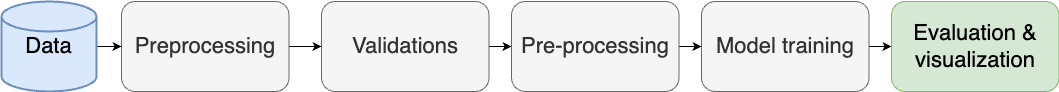
This is figures/data_pipeline.png from javiermtzo99/diabetes_analysis_presentation, a draw.io export, as it was before one commit. Source tidied: cells renumbered, new cells last; positions are measured from the earlier drawing's top-left corner, leaving out a move shared by most shapes. The source it was exported from:
```xml
<mxGraphModel>
  <root>
    <mxCell id="0" />
    <mxCell id="1" parent="0" />
    <mxCell id="2" style="edgeStyle=orthogonalEdgeStyle;rounded=0;jettySize=auto;html=1;exitX=1;exitY=0.5;exitDx=0;exitDy=0;entryX=0;entryY=0.5;entryDx=0;entryDy=0;" parent="1" edge="1" source="3" target="7">
      <mxGeometry relative="1" as="geometry" />
    </mxCell>
    <mxCell id="3" value="&lt;font style=&quot;font-size: 22px;&quot;&gt;Preprocessing&lt;/font&gt;" style="rounded=1;whiteSpace=wrap;html=1;fillColor=#f5f5f5;strokeColor=#666666;fontColor=#333333;" parent="1" vertex="1">
      <mxGeometry x="120" width="167.5" height="90" as="geometry" />
    </mxCell>
    <mxCell id="4" style="edgeStyle=orthogonalEdgeStyle;rounded=0;jettySize=auto;html=1;exitX=1;exitY=0.5;exitDx=0;exitDy=0;exitPerimeter=0;entryX=0;entryY=0.5;entryDx=0;entryDy=0;" parent="1" edge="1" source="5" target="3">
      <mxGeometry relative="1" as="geometry" />
    </mxCell>
    <mxCell id="5" value="&lt;font style=&quot;font-size: 22px;&quot;&gt;Data&lt;/font&gt;" style="strokeWidth=2;html=1;shape=mxgraph.flowchart.database;whiteSpace=wrap;fillColor=#dae8fc;strokeColor=#6c8ebf;" parent="1" vertex="1">
      <mxGeometry width="95" height="90" as="geometry" />
    </mxCell>
    <mxCell id="6" style="edgeStyle=orthogonalEdgeStyle;rounded=0;jettySize=auto;html=1;exitX=1;exitY=0.5;exitDx=0;exitDy=0;entryX=0;entryY=0.5;entryDx=0;entryDy=0;" parent="1" edge="1" source="7" target="9">
      <mxGeometry relative="1" as="geometry" />
    </mxCell>
    <mxCell id="7" value="&lt;font style=&quot;font-size: 22px;&quot;&gt;Validations&lt;/font&gt;" style="rounded=1;whiteSpace=wrap;html=1;fillColor=#f5f5f5;strokeColor=#666666;fontColor=#333333;" parent="1" vertex="1">
      <mxGeometry x="320" width="167.5" height="90" as="geometry" />
    </mxCell>
    <mxCell id="8" style="edgeStyle=orthogonalEdgeStyle;rounded=0;jettySize=auto;html=1;exitX=1;exitY=0.5;exitDx=0;exitDy=0;entryX=0;entryY=0.5;entryDx=0;entryDy=0;" parent="1" edge="1" source="9" target="11">
      <mxGeometry relative="1" as="geometry" />
    </mxCell>
    <mxCell id="9" value="&lt;font style=&quot;font-size: 22px;&quot;&gt;Pre-processing&lt;/font&gt;" style="rounded=1;whiteSpace=wrap;html=1;fillColor=#f5f5f5;strokeColor=#666666;fontColor=#333333;" parent="1" vertex="1">
      <mxGeometry x="510" width="167.5" height="90" as="geometry" />
    </mxCell>
    <mxCell id="10" style="edgeStyle=orthogonalEdgeStyle;rounded=0;jettySize=auto;html=1;exitX=1;exitY=0.5;exitDx=0;exitDy=0;entryX=0;entryY=0.5;entryDx=0;entryDy=0;" parent="1" edge="1" source="11" target="12">
      <mxGeometry relative="1" as="geometry" />
    </mxCell>
    <mxCell id="11" value="&lt;font style=&quot;font-size: 22px;&quot;&gt;Model training&lt;/font&gt;" style="rounded=1;whiteSpace=wrap;html=1;fillColor=#f5f5f5;strokeColor=#666666;fontColor=#333333;" parent="1" vertex="1">
      <mxGeometry x="700" width="167.5" height="90" as="geometry" />
    </mxCell>
    <mxCell id="12" value="&lt;font style=&quot;font-size: 22px;&quot;&gt;Evaluation &amp;amp; visualization&lt;/font&gt;" style="rounded=1;whiteSpace=wrap;html=1;fillColor=#d5e8d4;strokeColor=#82b366;" parent="1" vertex="1">
      <mxGeometry x="890" width="167.5" height="90" as="geometry" />
    </mxCell>
  </root>
</mxGraphModel>
```
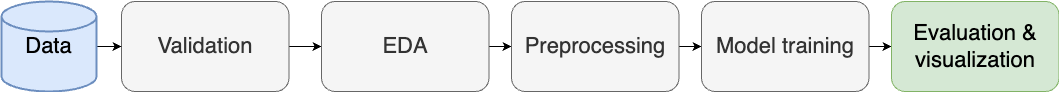
After the commit.

Commit message:
Fix data pipeline slide

Change to the diagram source:
```diff
@@ -5,7 +5,7 @@
     <mxCell id="2" style="edgeStyle=orthogonalEdgeStyle;rounded=0;jettySize=auto;html=1;exitX=1;exitY=0.5;exitDx=0;exitDy=0;entryX=0;entryY=0.5;entryDx=0;entryDy=0;" parent="1" edge="1" source="3" target="7">
       <mxGeometry relative="1" as="geometry" />
     </mxCell>
-    <mxCell id="3" value="&lt;font style=&quot;font-size: 22px;&quot;&gt;Preprocessing&lt;/font&gt;" style="rounded=1;whiteSpace=wrap;html=1;fillColor=#f5f5f5;strokeColor=#666666;fontColor=#333333;" parent="1" vertex="1">
+    <mxCell id="3" value="&lt;font style=&quot;font-size: 22px;&quot;&gt;Validation&lt;/font&gt;" style="rounded=1;whiteSpace=wrap;html=1;fillColor=#f5f5f5;strokeColor=#666666;fontColor=#333333;" parent="1" vertex="1">
       <mxGeometry x="120" width="167.5" height="90" as="geometry" />
     </mxCell>
     <mxCell id="4" style="edgeStyle=orthogonalEdgeStyle;rounded=0;jettySize=auto;html=1;exitX=1;exitY=0.5;exitDx=0;exitDy=0;exitPerimeter=0;entryX=0;entryY=0.5;entryDx=0;entryDy=0;" parent="1" edge="1" source="5" target="3">
@@ -17,13 +17,13 @@
     <mxCell id="6" style="edgeStyle=orthogonalEdgeStyle;rounded=0;jettySize=auto;html=1;exitX=1;exitY=0.5;exitDx=0;exitDy=0;entryX=0;entryY=0.5;entryDx=0;entryDy=0;" parent="1" edge="1" source="7" target="9">
       <mxGeometry relative="1" as="geometry" />
     </mxCell>
-    <mxCell id="7" value="&lt;font style=&quot;font-size: 22px;&quot;&gt;Validations&lt;/font&gt;" style="rounded=1;whiteSpace=wrap;html=1;fillColor=#f5f5f5;strokeColor=#666666;fontColor=#333333;" parent="1" vertex="1">
+    <mxCell id="7" value="&lt;font style=&quot;font-size: 22px;&quot;&gt;EDA&lt;/font&gt;" style="rounded=1;whiteSpace=wrap;html=1;fillColor=#f5f5f5;strokeColor=#666666;fontColor=#333333;" parent="1" vertex="1">
       <mxGeometry x="320" width="167.5" height="90" as="geometry" />
     </mxCell>
     <mxCell id="8" style="edgeStyle=orthogonalEdgeStyle;rounded=0;jettySize=auto;html=1;exitX=1;exitY=0.5;exitDx=0;exitDy=0;entryX=0;entryY=0.5;entryDx=0;entryDy=0;" parent="1" edge="1" source="9" target="11">
       <mxGeometry relative="1" as="geometry" />
     </mxCell>
-    <mxCell id="9" value="&lt;font style=&quot;font-size: 22px;&quot;&gt;Pre-processing&lt;/font&gt;" style="rounded=1;whiteSpace=wrap;html=1;fillColor=#f5f5f5;strokeColor=#666666;fontColor=#333333;" parent="1" vertex="1">
+    <mxCell id="9" value="&lt;font style=&quot;font-size: 22px;&quot;&gt;Preprocessing&lt;/font&gt;" style="rounded=1;whiteSpace=wrap;html=1;fillColor=#f5f5f5;strokeColor=#666666;fontColor=#333333;" parent="1" vertex="1">
       <mxGeometry x="510" width="167.5" height="90" as="geometry" />
     </mxCell>
     <mxCell id="10" style="edgeStyle=orthogonalEdgeStyle;rounded=0;jettySize=auto;html=1;exitX=1;exitY=0.5;exitDx=0;exitDy=0;entryX=0;entryY=0.5;entryDx=0;entryDy=0;" parent="1" edge="1" source="11" target="12">
```
